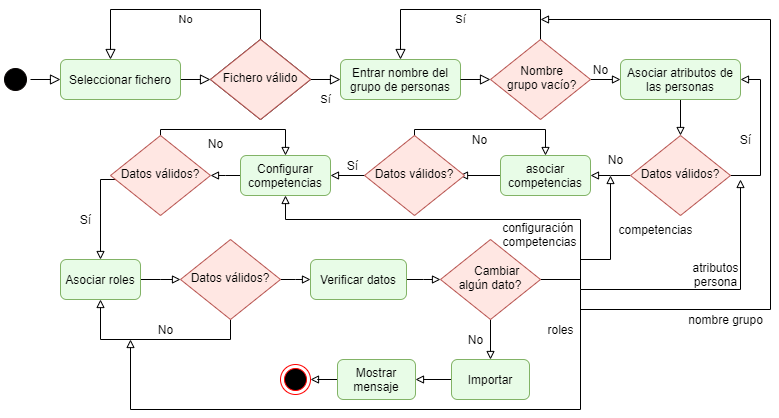
jpinas1998/doc-tesis keeps this draw.io diagram as figuras/diagramas-teamsoft-Flujo-Importar.png. Above is the earlier version. Source tidied: cells renumbered, new cells last; positions are measured from the earlier drawing's top-left corner, leaving out a move shared by most shapes.
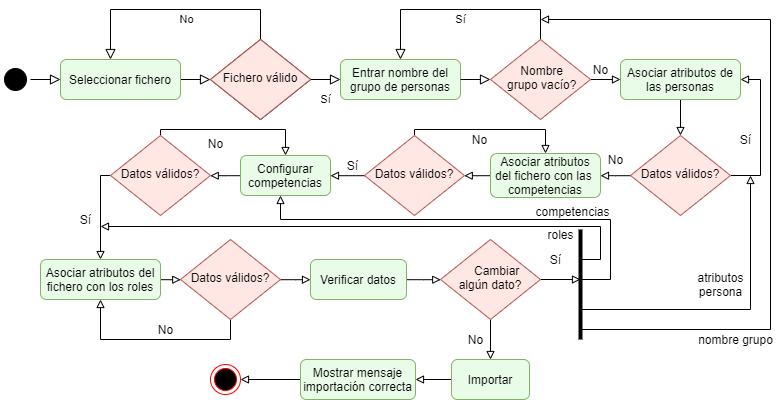
The same file after the commit.

Diff of the diagram source:
```diff
@@ -3,7 +3,7 @@
     <mxCell id="0" />
     <mxCell id="1" parent="0" />
     <mxCell id="2" style="ellipse;html=1;shape=endState;fillColor=#000000;strokeColor=#ff0000;" parent="1" vertex="1">
-      <mxGeometry x="280" y="355" width="30" height="30" as="geometry" />
+      <mxGeometry x="210" y="355" width="30" height="30" as="geometry" />
     </mxCell>
     <mxCell id="3" style="ellipse;html=1;shape=startState;fillColor=#000000;strokeColor=#0A0504;" parent="1" vertex="1">
       <mxGeometry y="55" width="30" height="30" as="geometry" />
@@ -79,19 +79,17 @@
     <mxCell id="22" value="No" style="text;html=1;align=center;verticalAlign=middle;" parent="1" vertex="1">
       <mxGeometry x="600" y="140" width="30" height="20" as="geometry" />
     </mxCell>
-    <mxCell id="23" style="edgeStyle=elbowEdgeStyle;rounded=0;jumpSize=6;jettySize=auto;elbow=vertical;html=1;endArrow=block;endFill=0;strokeColor=#000000;strokeWidth=1;" parent="1" edge="1" source="24">
-      <mxGeometry relative="1" as="geometry">
-        <mxPoint x="459" y="166" as="targetPoint" />
-      </mxGeometry>
+    <mxCell id="23" style="edgeStyle=elbowEdgeStyle;rounded=0;jumpSize=6;jettySize=auto;elbow=vertical;html=1;endArrow=block;endFill=0;strokeColor=#000000;strokeWidth=1;" parent="1" edge="1" source="24" target="42">
+      <mxGeometry relative="1" as="geometry" />
     </mxCell>
-    <mxCell id="24" value="asociar competencias" style="rounded=1;whiteSpace=wrap;html=1;fontSize=12;glass=0;strokeWidth=1;shadow=0;fillColor=#E8FCE7;strokeColor=#82b366;" parent="1" vertex="1">
-      <mxGeometry x="500" y="146" width="90" height="40" as="geometry" />
+    <mxCell id="24" value="Asociar atributos del fichero con las&amp;nbsp; competencias" style="rounded=1;whiteSpace=wrap;html=1;fontSize=12;glass=0;strokeWidth=1;shadow=0;fillColor=#E8FCE7;strokeColor=#82b366;" parent="1" vertex="1">
+      <mxGeometry x="490" y="144" width="110" height="44" as="geometry" />
     </mxCell>
-    <mxCell id="25" style="edgeStyle=elbowEdgeStyle;rounded=0;jumpSize=6;jettySize=auto;elbow=vertical;html=1;endArrow=block;endFill=0;strokeColor=#000000;strokeWidth=1;" parent="1" edge="1" target="24">
+    <mxCell id="25" style="edgeStyle=orthogonalEdgeStyle;rounded=0;jumpSize=6;jettySize=auto;elbow=vertical;html=1;endArrow=block;endFill=0;strokeColor=#000000;strokeWidth=1;" parent="1" edge="1" source="42" target="24">
       <mxGeometry relative="1" as="geometry">
-        <mxPoint x="414" y="130" as="sourcePoint" />
         <Array as="points">
-          <mxPoint x="490" y="120" />
+          <mxPoint x="414" y="120" />
+          <mxPoint x="545" y="120" />
         </Array>
       </mxGeometry>
     </mxCell>
@@ -119,9 +117,12 @@
         </Array>
       </mxGeometry>
     </mxCell>
-    <mxCell id="32" style="edgeStyle=elbowEdgeStyle;rounded=0;jumpSize=6;jettySize=auto;elbow=vertical;html=1;endArrow=block;endFill=0;strokeColor=#000000;strokeWidth=1;" parent="1" edge="1" source="33" target="36">
+    <mxCell id="32" style="edgeStyle=elbowEdgeStyle;rounded=0;jumpSize=6;jettySize=auto;elbow=vertical;html=1;endArrow=block;endFill=0;strokeColor=#000000;strokeWidth=1;exitX=0;exitY=0.5;exitDx=0;exitDy=0;" parent="1" edge="1" source="33" target="36">
       <mxGeometry relative="1" as="geometry">
         <Array as="points">
+          <mxPoint x="100" y="166" />
+          <mxPoint x="100" y="190" />
+          <mxPoint x="70" y="166" />
           <mxPoint x="100" y="170" />
         </Array>
       </mxGeometry>
@@ -135,8 +136,8 @@
     <mxCell id="35" style="edgeStyle=elbowEdgeStyle;rounded=0;jumpSize=6;jettySize=auto;elbow=vertical;html=1;endArrow=block;endFill=0;strokeColor=#000000;strokeWidth=1;" parent="1" edge="1" source="36" target="40">
       <mxGeometry relative="1" as="geometry" />
     </mxCell>
-    <mxCell id="36" value="Asociar roles" style="rounded=1;whiteSpace=wrap;html=1;fontSize=12;glass=0;strokeWidth=1;shadow=0;fillColor=#E8FCE7;strokeColor=#82b366;" parent="1" vertex="1">
-      <mxGeometry x="60" y="250" width="80" height="40" as="geometry" />
+    <mxCell id="36" value="Asociar atributos del fichero con los roles" style="rounded=1;whiteSpace=wrap;html=1;fontSize=12;glass=0;strokeWidth=1;shadow=0;fillColor=#E8FCE7;strokeColor=#82b366;" parent="1" vertex="1">
+      <mxGeometry x="40" y="250" width="120" height="40" as="geometry" />
     </mxCell>
     <mxCell id="37" value="Sí" style="text;html=1;align=center;verticalAlign=middle;points=[];" parent="1" vertex="1">
       <mxGeometry x="70" y="200" width="30" height="20" as="geometry" />
@@ -169,16 +170,7 @@
     <mxCell id="45" value="Verificar datos" style="rounded=1;whiteSpace=wrap;html=1;fontSize=12;glass=0;strokeWidth=1;shadow=0;fillColor=#E8FCE7;strokeColor=#82b366;" parent="1" vertex="1">
       <mxGeometry x="310" y="250" width="96" height="40" as="geometry" />
     </mxCell>
-    <mxCell id="46" style="rounded=0;jumpSize=6;orthogonalLoop=1;jettySize=auto;elbow=vertical;html=1;endArrow=block;endFill=0;strokeColor=#000000;strokeWidth=1;edgeStyle=orthogonalEdgeStyle;" parent="1" edge="1">
-      <mxGeometry relative="1" as="geometry">
-        <mxPoint x="580" y="280" as="sourcePoint" />
-        <mxPoint x="740" y="170" as="targetPoint" />
-        <Array as="points">
-          <mxPoint x="740" y="280" />
-        </Array>
-      </mxGeometry>
-    </mxCell>
-    <mxCell id="47" style="edgeStyle=orthogonalEdgeStyle;rounded=0;jumpSize=6;jettySize=auto;html=1;endArrow=none;endFill=0;strokeColor=#000000;strokeWidth=1;" parent="1" edge="1" source="49">
+    <mxCell id="47" style="edgeStyle=orthogonalEdgeStyle;rounded=0;jumpSize=6;jettySize=auto;html=1;endArrow=block;endFill=0;strokeColor=#000000;strokeWidth=1;" parent="1" edge="1" source="49">
       <mxGeometry relative="1" as="geometry">
         <mxPoint x="580" y="270" as="targetPoint" />
       </mxGeometry>
@@ -189,47 +181,15 @@
     <mxCell id="49" value="&amp;nbsp; &amp;nbsp; Cambiar algún dato?" style="rhombus;whiteSpace=wrap;html=1;shadow=0;fontFamily=Helvetica;fontSize=12;align=center;strokeWidth=1;spacing=6;spacingTop=-4;fillColor=#FFE7E3;strokeColor=#b85450;" parent="1" vertex="1">
       <mxGeometry x="440" y="230" width="100" height="80" as="geometry" />
     </mxCell>
-    <mxCell id="50" style="edgeStyle=orthogonalEdgeStyle;rounded=0;jumpSize=6;orthogonalLoop=1;jettySize=auto;elbow=vertical;html=1;endArrow=block;endFill=0;strokeColor=#000000;strokeWidth=1;" parent="1" edge="1">
-      <mxGeometry relative="1" as="geometry">
-        <mxPoint x="580" y="276" as="sourcePoint" />
-        <mxPoint x="610" y="166" as="targetPoint" />
-        <Array as="points">
-          <mxPoint x="580" y="250" />
-          <mxPoint x="610" y="250" />
-        </Array>
-      </mxGeometry>
-    </mxCell>
-    <mxCell id="51" style="edgeStyle=orthogonalEdgeStyle;rounded=0;jumpSize=6;orthogonalLoop=1;jettySize=auto;elbow=vertical;html=1;endArrow=block;endFill=0;strokeColor=#000000;strokeWidth=1;" parent="1" edge="1">
-      <mxGeometry relative="1" as="geometry">
-        <mxPoint x="580" y="280" as="sourcePoint" />
-        <mxPoint x="130" y="330" as="targetPoint" />
-        <Array as="points">
-          <mxPoint x="580" y="400" />
-          <mxPoint x="130" y="400" />
-        </Array>
-      </mxGeometry>
-    </mxCell>
     <mxCell id="52" value="nombre grupo" style="text;html=1;align=center;verticalAlign=middle;" parent="1" vertex="1">
-      <mxGeometry x="680" y="300" width="90" height="20" as="geometry" />
+      <mxGeometry x="690" y="320" width="90" height="20" as="geometry" />
     </mxCell>
     <mxCell id="53" value="competencias" style="text;html=1;align=center;verticalAlign=middle;" parent="1" vertex="1">
-      <mxGeometry x="610" y="210" width="90" height="20" as="geometry" />
+      <mxGeometry x="527" y="192" width="90" height="20" as="geometry" />
     </mxCell>
     <mxCell id="54" value="roles" style="text;html=1;align=center;verticalAlign=middle;" parent="1" vertex="1">
-      <mxGeometry x="540" y="310" width="40" height="20" as="geometry" />
+      <mxGeometry x="540" y="215" width="40" height="20" as="geometry" />
     </mxCell>
-    <mxCell id="55" value="configuración &lt;br&gt;competencias" style="text;html=1;align=center;verticalAlign=middle;" parent="1" vertex="1">
-      <mxGeometry x="494" y="210" width="90" height="30" as="geometry" />
-    </mxCell>
-    <mxCell id="56" style="edgeStyle=orthogonalEdgeStyle;rounded=0;jumpSize=6;jettySize=auto;elbow=vertical;html=1;endArrow=block;endFill=0;strokeColor=#000000;strokeWidth=1;" parent="1" edge="1" target="29">
-      <mxGeometry relative="1" as="geometry">
-        <mxPoint x="580" y="280" as="sourcePoint" />
-        <Array as="points">
-          <mxPoint x="580" y="210" />
-          <mxPoint x="285" y="210" />
-        </Array>
-      </mxGeometry>
-    </mxCell>
     <mxCell id="57" style="edgeStyle=orthogonalEdgeStyle;rounded=0;jumpSize=6;jettySize=auto;html=1;endArrow=block;endFill=0;strokeColor=#000000;strokeWidth=1;" parent="1" edge="1" source="58" target="61">
       <mxGeometry relative="1" as="geometry" />
     </mxCell>
@@ -242,21 +202,58 @@
     <mxCell id="60" style="edgeStyle=orthogonalEdgeStyle;rounded=0;jumpSize=6;jettySize=auto;html=1;endArrow=block;endFill=0;strokeColor=#000000;strokeWidth=1;" parent="1" edge="1" source="61" target="2">
       <mxGeometry relative="1" as="geometry" />
     </mxCell>
-    <mxCell id="61" value="Mostrar mensaje" style="rounded=1;whiteSpace=wrap;html=1;fontSize=12;glass=0;strokeWidth=1;shadow=0;fillColor=#E8FCE7;strokeColor=#82b366;" parent="1" vertex="1">
-      <mxGeometry x="337" y="350" width="78" height="40" as="geometry" />
+    <mxCell id="61" value="Mostrar mensaje importación correcta" style="rounded=1;whiteSpace=wrap;html=1;fontSize=12;glass=0;strokeWidth=1;shadow=0;fillColor=#E8FCE7;strokeColor=#82b366;" parent="1" vertex="1">
+      <mxGeometry x="300" y="350" width="115" height="40" as="geometry" />
     </mxCell>
     <mxCell id="62" value="atributos&lt;br&gt;persona" style="text;html=1;align=center;verticalAlign=middle;" parent="1" vertex="1">
-      <mxGeometry x="685" y="250" width="60" height="30" as="geometry" />
+      <mxGeometry x="690" y="260" width="60" height="30" as="geometry" />
     </mxCell>
-    <mxCell id="63" style="edgeStyle=orthogonalEdgeStyle;rounded=0;jumpSize=6;orthogonalLoop=1;jettySize=auto;elbow=vertical;html=1;endArrow=block;endFill=0;strokeColor=#000000;strokeWidth=1;" parent="1" edge="1">
-      <mxGeometry relative="1" as="geometry">
-        <mxPoint x="580" y="300" as="sourcePoint" />
-        <mxPoint x="540" y="10" as="targetPoint" />
-        <Array as="points">
-          <mxPoint x="770" y="300" />
-          <mxPoint x="770" y="10" />
-        </Array>
-      </mxGeometry>
-    </mxCell>
+    <mxCell id="64" style="endArrow=none;html=1;targetPerimeterSpacing=0;strokeWidth=4;" parent="1" edge="1">
+      <mxGeometry relative="1" as="geometry">
+        <mxPoint x="580" y="330" as="sourcePoint" />
+        <mxPoint x="580" y="220" as="targetPoint" />
+      </mxGeometry>
+    </mxCell>
+    <mxCell id="65" value="Sí" style="text;html=1;align=center;verticalAlign=middle;" parent="1" vertex="1">
+      <mxGeometry x="540" y="240" width="30" height="20" as="geometry" />
+    </mxCell>
+    <mxCell id="66" style="edgeStyle=orthogonalEdgeStyle;rounded=0;jumpSize=6;orthogonalLoop=1;jettySize=auto;html=1;endArrow=block;endFill=0;strokeColor=#000000;strokeWidth=1;" parent="1" edge="1">
+      <mxGeometry relative="1" as="geometry">
+        <mxPoint x="580" y="300" as="sourcePoint" />
+        <mxPoint x="750" y="166" as="targetPoint" />
+        <Array as="points">
+          <mxPoint x="750" y="300" />
+        </Array>
+      </mxGeometry>
+    </mxCell>
+    <mxCell id="67" style="edgeStyle=orthogonalEdgeStyle;rounded=0;jumpSize=6;jettySize=auto;html=1;endArrow=block;endFill=0;strokeColor=#000000;strokeWidth=1;entryX=1;entryY=0.85;entryDx=0;entryDy=0;entryPerimeter=0;" parent="1" edge="1" target="37">
+      <mxGeometry relative="1" as="geometry">
+        <mxPoint x="580" y="250" as="sourcePoint" />
+        <Array as="points">
+          <mxPoint x="600" y="250" />
+          <mxPoint x="600" y="217" />
+        </Array>
+      </mxGeometry>
+    </mxCell>
+    <mxCell id="68" style="edgeStyle=orthogonalEdgeStyle;rounded=0;jumpSize=6;jettySize=auto;html=1;endArrow=block;endFill=0;strokeColor=#000000;strokeWidth=1;" parent="1" edge="1" target="29">
+      <mxGeometry relative="1" as="geometry">
+        <mxPoint x="580" y="270" as="sourcePoint" />
+        <Array as="points">
+          <mxPoint x="610" y="270" />
+          <mxPoint x="610" y="210" />
+          <mxPoint x="280" y="210" />
+        </Array>
+      </mxGeometry>
+    </mxCell>
+    <mxCell id="69" style="edgeStyle=orthogonalEdgeStyle;rounded=0;jumpSize=6;orthogonalLoop=1;jettySize=auto;html=1;endArrow=block;endFill=0;strokeColor=#000000;strokeWidth=1;" parent="1" edge="1">
+      <mxGeometry relative="1" as="geometry">
+        <mxPoint x="580" y="320" as="sourcePoint" />
+        <mxPoint x="540" y="10" as="targetPoint" />
+        <Array as="points">
+          <mxPoint x="770" y="320" />
+          <mxPoint x="770" y="10" />
+        </Array>
+      </mxGeometry>
+    </mxCell>
   </root>
 </mxGraphModel>
```
